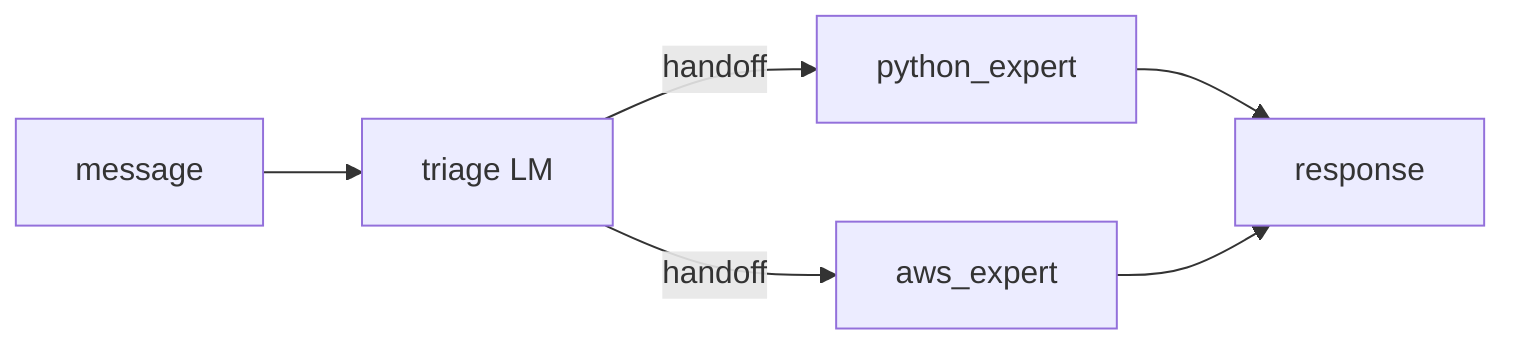
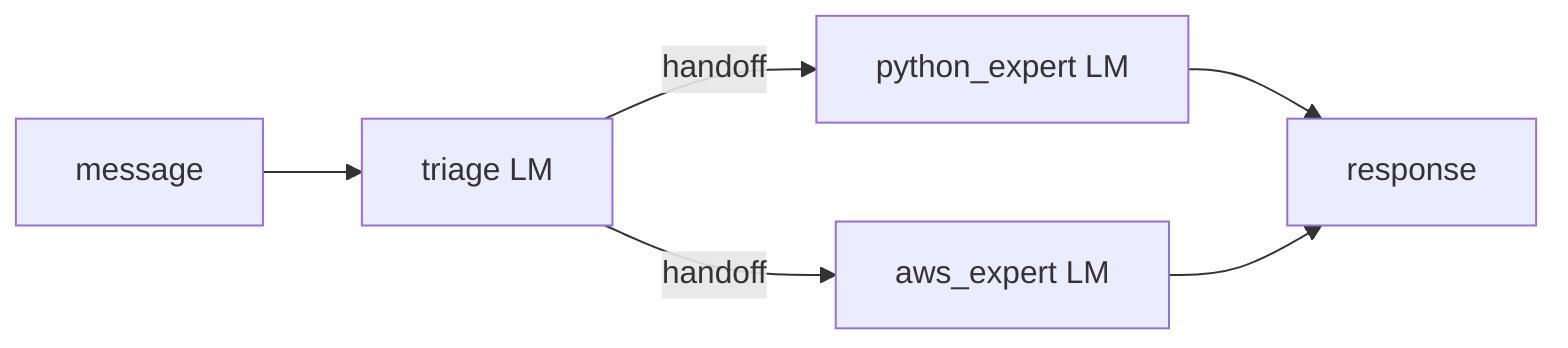
flowchart LR
  M[message] --> Tr[triage LM]
-   Tr -->|handoff| Py[python_expert]
-   Tr -->|handoff| Aws[aws_expert]
+   Tr -->|handoff| Py[python_expert LM]
+   Tr -->|handoff| Aws[aws_expert LM]
  Py --> Resp[response]
  Aws --> Resp
